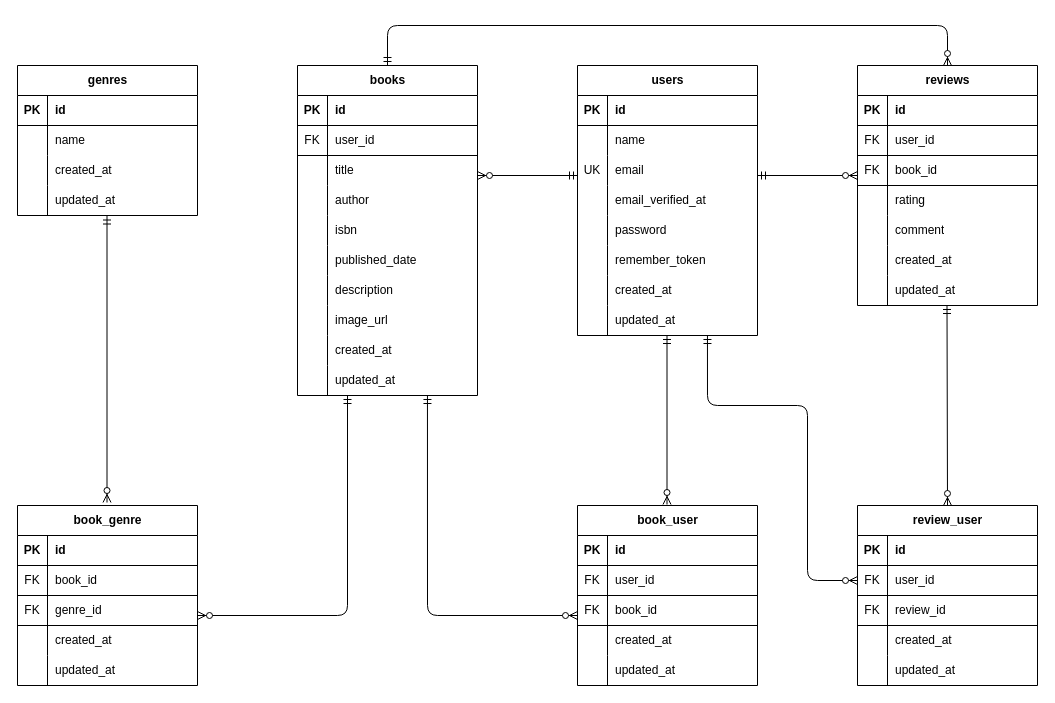
The draw.io diagram er-diagram.drawio in yuyu580905-dev/bookshelf-app, before the edit. Source tidied: cells renumbered, new cells numbered last; positions are measured from the earlier drawing's top-left corner, leaving out a move shared by most shapes. Both pictures are drawn from the tidied source at 100%, with x=0, y=0 at pixel (17, 25).
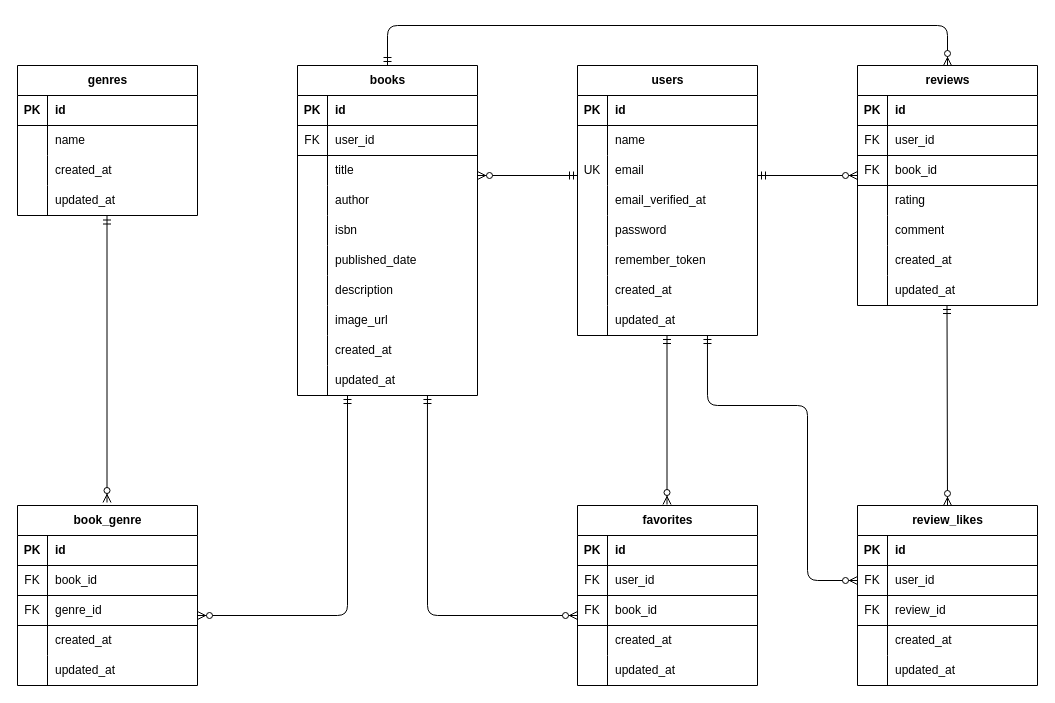
Above is the later version.

What changed in the source:
```diff
@@
-    <mxCell id="109" value="book_user" style="shape=table;startSize=30;childLayout=tableLayout;rowLines=0;fontStyle=1;align=center;html=1;" parent="1" vertex="1">
+    <mxCell id="109" value="favorites" style="shape=table;startSize=30;childLayout=tableLayout;rowLines=0;fontStyle=1;align=center;html=1;" parent="1" vertex="1">
       <mxGeometry x="560" y="480" width="180" height="180" as="geometry" />
     </mxCell>
@@
-    <mxCell id="125" value="review_user" style="shape=table;startSize=30;childLayout=tableLayout;rowLines=0;fontStyle=1;align=center;html=1;fillColor=#FFFFFF;" parent="1" vertex="1">
+    <mxCell id="125" value="review_likes" style="shape=table;startSize=30;childLayout=tableLayout;rowLines=0;fontStyle=1;align=center;html=1;fillColor=#FFFFFF;" parent="1" vertex="1">
       <mxGeometry x="840" y="480" width="180" height="180" as="geometry" />
     </mxCell>
```
